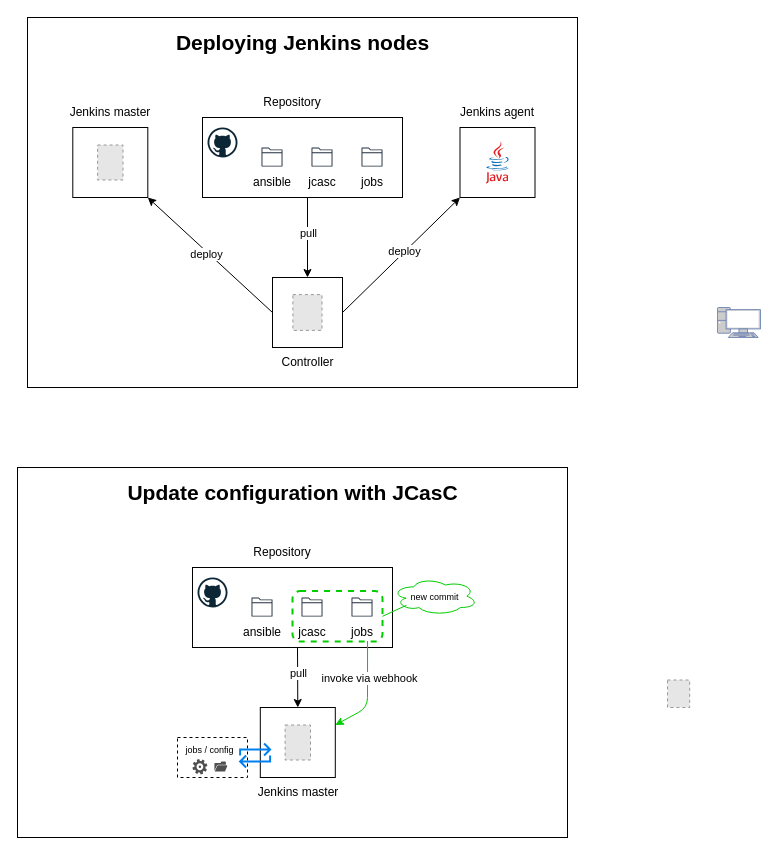
The draw.io diagram temp.drawio in tuan0919/bestarion-jenkins-personal, before the edit. Source tidied: cells renumbered, new cells numbered last; positions are measured from the earlier drawing's top-left corner, leaving out a move shared by most shapes. Both pictures are drawn from the tidied source at 100%, with x=0, y=0 at pixel (17, 17). Pictures stored in the file or linked from it are replaced by grey dashed boxes.
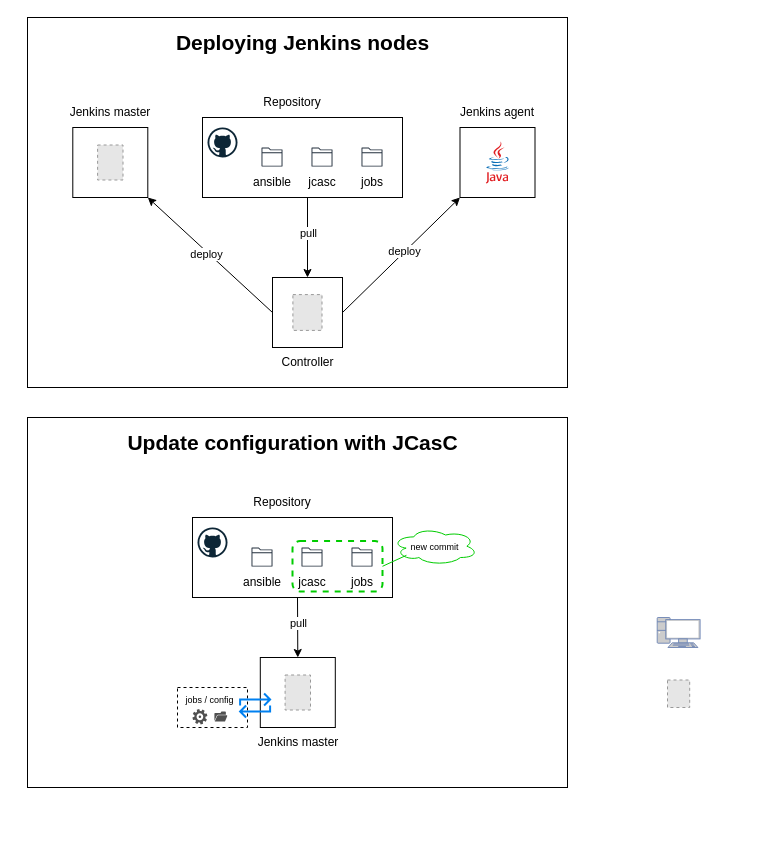
After the change.

The change refers to these unchanged cells:
```xml
<mxCell id="47" style="rounded=1;whiteSpace=wrap;html=1;fillColor=none;strokeWidth=2;strokeColor=#00CC00;dashed=1;textShadow=1;" parent="44" vertex="1">
  <mxGeometry x="-40" y="-6.4" width="90" height="50.4" as="geometry" />
</mxCell>
<mxCell id="56" style="rounded=0;whiteSpace=wrap;html=1;" parent="54" vertex="1">
  <mxGeometry x="5.3" width="75" height="70" as="geometry" />
</mxCell>
```

Diff of the diagram source:
```diff
@@
     <mxCell id="2" style="rounded=0;whiteSpace=wrap;html=1;" parent="1" vertex="1">
-      <mxGeometry x="10" width="550" height="370" as="geometry" />
+      <mxGeometry x="10" width="540" height="370" as="geometry" />
     </mxCell>
@@
     <mxCell id="5" style="fontColor=#0066CC;verticalAlign=top;verticalLabelPosition=bottom;labelPosition=center;align=center;html=1;fillColor=#CCCCCC;strokeColor=#6881B3;gradientColor=none;gradientDirection=north;strokeWidth=2;shape=mxgraph.networks.pc;" parent="1" vertex="1">
-      <mxGeometry x="700" y="290" width="42.9" height="30" as="geometry" />
+      <mxGeometry x="639.7" y="600" width="42.9" height="30" as="geometry" />
     </mxCell>
@@
     <mxCell id="36" style="rounded=0;whiteSpace=wrap;html=1;" parent="1" vertex="1">
-      <mxGeometry y="450" width="550" height="370" as="geometry" />
+      <mxGeometry x="10" y="400" width="540" height="370" as="geometry" />
     </mxCell>
@@
     <mxCell id="39" style="group;" parent="1" vertex="1">
-      <mxGeometry x="175" y="520" width="200" height="125" as="geometry" />
+      <mxGeometry x="175" y="470" width="200" height="125" as="geometry" />
     </mxCell>
@@
     <mxCell id="53" value="&lt;font style=&quot;font-size: 21px;&quot;&gt;Update configuration with JCasC&lt;/font&gt;" style="text;html=1;align=center;verticalAlign=middle;whiteSpace=wrap;rounded=0;fontStyle=1;" parent="1" vertex="1">
-      <mxGeometry x="103.8" y="460" width="342.5" height="30" as="geometry" />
+      <mxGeometry x="103.8" y="410" width="342.5" height="30" as="geometry" />
     </mxCell>
     <mxCell id="54" style="group;" parent="1" vertex="1">
-      <mxGeometry x="237.5" y="690" width="85.5" height="100" as="geometry" />
+      <mxGeometry x="237.5" y="640" width="85.5" height="100" as="geometry" />
     </mxCell>
@@
     <mxCell id="58" value="&lt;font style=&quot;font-size: 9px;&quot;&gt;new commit&lt;/font&gt;" style="ellipse;shape=cloud;whiteSpace=wrap;html=1;strokeColor=#00CC00;" parent="1" vertex="1">
-      <mxGeometry x="375" y="560" width="85" height="37.5" as="geometry" />
+      <mxGeometry x="375" y="510" width="85" height="37.5" as="geometry" />
     </mxCell>
@@
-    <mxCell id="60" style="endArrow=classic;html=1;exitX=0.834;exitY=0.991;exitDx=0;exitDy=0;exitPerimeter=0;entryX=1;entryY=0.25;entryDx=0;entryDy=0;strokeColor=#00CC00;" parent="1" edge="1" source="47" target="56">
-      <mxGeometry relative="1" as="geometry">
-        <Array as="points">
-          <mxPoint x="350" y="690" />
-        </Array>
-      </mxGeometry>
-    </mxCell>
-    <mxCell id="61" value="invoke via webhook" style="edgeLabel;html=1;align=center;verticalAlign=middle;" parent="60" vertex="1">
-      <mxGeometry x="-0.28" y="1" relative="1" as="geometry" />
-    </mxCell>
@@
     <mxCell id="63" style="group;" parent="1" vertex="1">
-      <mxGeometry x="160" y="720" width="88.6" height="40" as="geometry" />
+      <mxGeometry x="160" y="670" width="88.6" height="40" as="geometry" />
     </mxCell>
```
